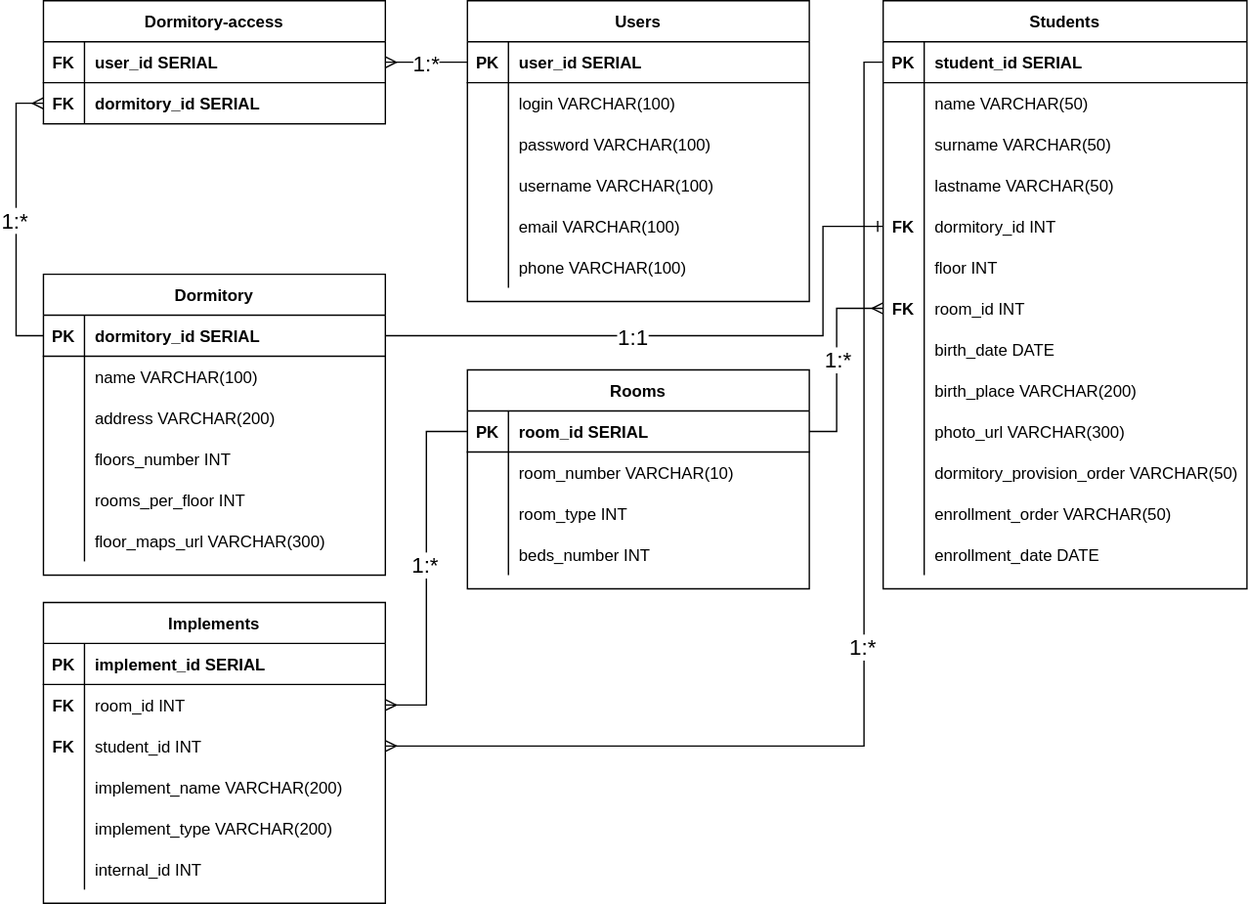
vedrent/dormitory-tracker keeps this draw.io diagram as Dormitory_erd.drawio.svg. Above is the earlier version. Source tidied: cells renumbered, new cells last; positions are measured from the earlier drawing's top-left corner, leaving out a move shared by most shapes.
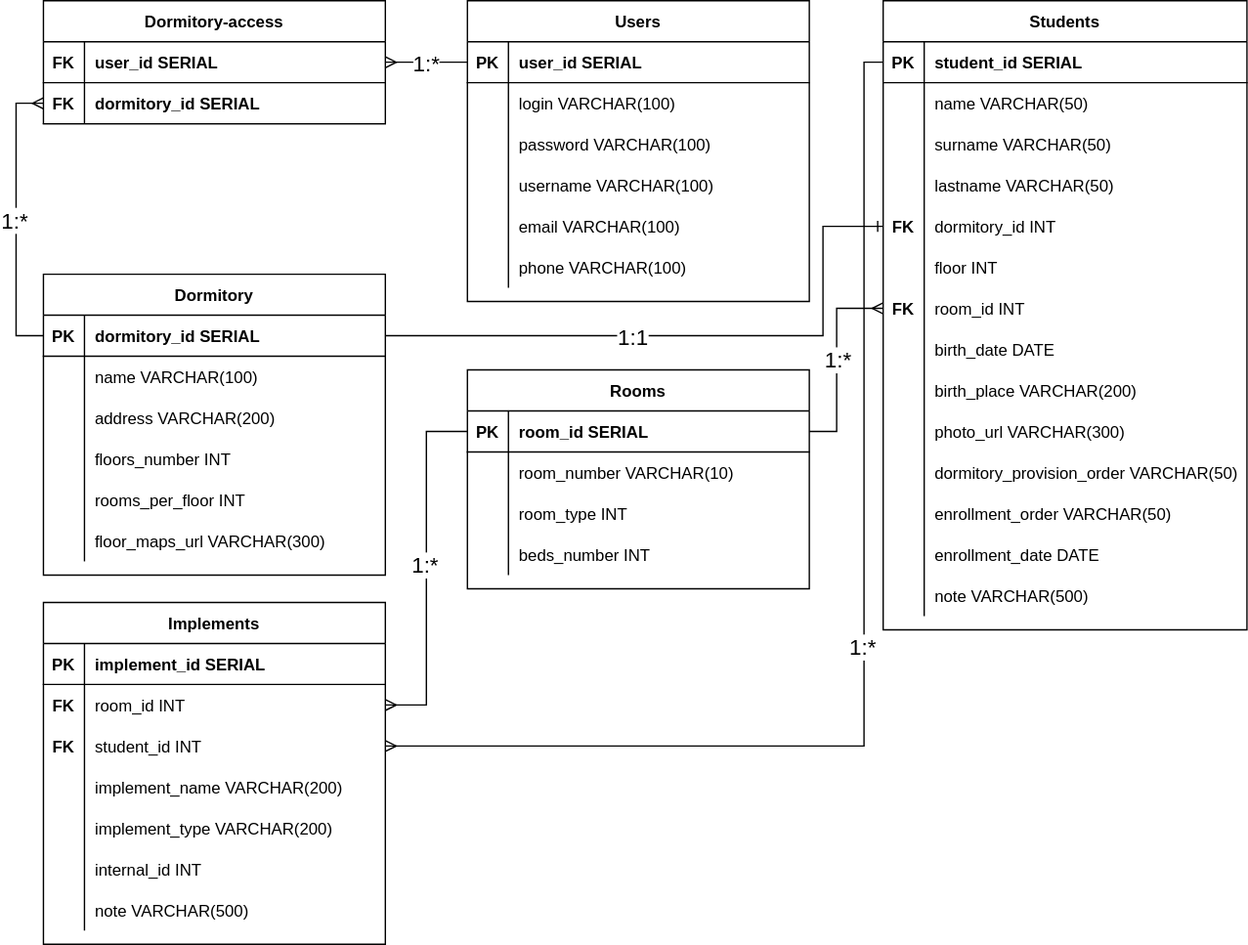
The same diagram one commit later.

The edit, as a diff of the source:
```diff
@@ -3,7 +3,7 @@
     <mxCell id="0" />
     <mxCell id="1" parent="0" />
     <mxCell id="2" value="Students" style="shape=table;startSize=30;rowLines=0;fontStyle=1;align=center;" parent="1" vertex="1">
-      <mxGeometry x="614" width="266" height="430" as="geometry" />
+      <mxGeometry x="614" width="266" height="460" as="geometry" />
     </mxCell>
     <mxCell id="3" style="shape=partialRectangle;fillColor=none;points=[[0,0.5],[1,0.5]];portConstraint=eastwest;top=0;left=0;right=0;bottom=1;" parent="2" vertex="1">
       <mxGeometry y="30" width="266" height="30" as="geometry" />
@@ -122,6 +122,15 @@
     <mxCell id="41" value="enrollment_date DATE" style="shape=partialRectangle;overflow=hidden;fillColor=none;top=0;left=0;bottom=0;right=0;align=left;spacingLeft=6;" parent="39" vertex="1">
       <mxGeometry x="30" width="236" height="30" as="geometry" />
     </mxCell>
+    <mxCell id="131" style="shape=partialRectangle;fillColor=none;top=0;left=0;right=0;bottom=0;" parent="2" vertex="1">
+      <mxGeometry y="420" width="266" height="30" as="geometry" />
+    </mxCell>
+    <mxCell id="132" style="shape=partialRectangle;overflow=hidden;fillColor=none;top=0;left=0;bottom=0;right=0;" parent="131" vertex="1">
+      <mxGeometry width="30" height="30" as="geometry" />
+    </mxCell>
+    <mxCell id="133" value="note VARCHAR(500)" style="shape=partialRectangle;overflow=hidden;fillColor=none;top=0;left=0;bottom=0;right=0;align=left;spacingLeft=6;" parent="131" vertex="1">
+      <mxGeometry x="30" width="236" height="30" as="geometry" />
+    </mxCell>
     <mxCell id="42" value="Users" style="shape=table;startSize=30;rowLines=0;fontStyle=1;align=center;" parent="1" vertex="1">
       <mxGeometry x="310" width="250" height="220" as="geometry" />
     </mxCell>
@@ -333,7 +342,7 @@
       <mxGeometry x="0.02" relative="1" as="geometry" />
     </mxCell>
     <mxCell id="108" value="Implements" style="shape=table;startSize=30;rowLines=0;fontStyle=1;align=center;" parent="1" vertex="1">
-      <mxGeometry y="440" width="250" height="220" as="geometry" />
+      <mxGeometry y="440" width="250" height="250" as="geometry" />
     </mxCell>
     <mxCell id="109" style="shape=partialRectangle;fillColor=none;top=0;left=0;right=0;bottom=1;" parent="108" vertex="1">
       <mxGeometry y="30" width="250" height="30" as="geometry" />
@@ -389,6 +398,15 @@
     <mxCell id="126" value="internal_id INT" style="shape=partialRectangle;overflow=hidden;fillColor=none;top=0;left=0;bottom=0;right=0;align=left;spacingLeft=6;" parent="124" vertex="1">
       <mxGeometry x="30" width="220" height="30" as="geometry" />
     </mxCell>
+    <mxCell id="134" style="shape=partialRectangle;fillColor=none;top=0;left=0;right=0;bottom=0;" parent="108" vertex="1">
+      <mxGeometry y="210" width="250" height="30" as="geometry" />
+    </mxCell>
+    <mxCell id="135" style="shape=partialRectangle;overflow=hidden;fillColor=none;top=0;left=0;bottom=0;right=0;" parent="134" vertex="1">
+      <mxGeometry width="30" height="30" as="geometry" />
+    </mxCell>
+    <mxCell id="136" value="note VARCHAR(500)" style="shape=partialRectangle;overflow=hidden;fillColor=none;top=0;left=0;bottom=0;right=0;align=left;spacingLeft=6;" parent="134" vertex="1">
+      <mxGeometry x="30" width="220" height="30" as="geometry" />
+    </mxCell>
     <mxCell id="127" style="edgeStyle=orthogonalEdgeStyle;rounded=0;jettySize=auto;html=1;exitX=0;exitY=0.5;exitDx=0;exitDy=0;entryX=1;entryY=0.5;entryDx=0;entryDy=0;endArrow=ERmany;endFill=0;" parent="1" edge="1" source="94" target="112">
       <mxGeometry relative="1" as="geometry" />
     </mxCell>
```
